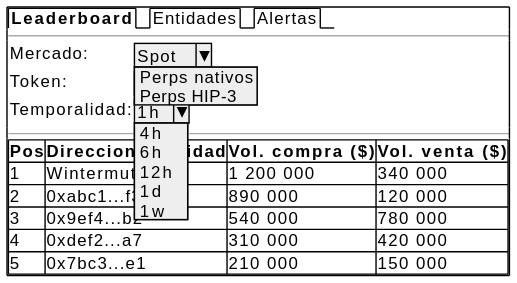
Before: imagenes/capitulo2/prototipo-leaderboard.svg, a diagram exported from PlantUML (nekiiiiis/tfg).
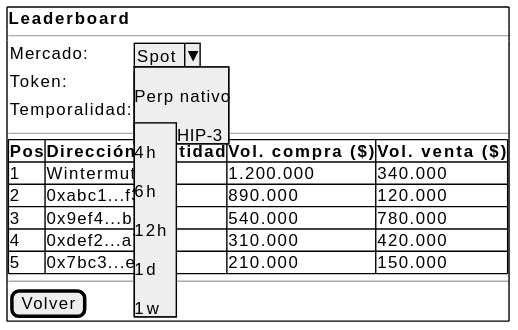
Above is the later version.

Change to the diagram source:
```diff
@@ -1,20 +1,22 @@
 @startsalt
 {+
-  {/ <b>Leaderboard | Entidades | Alertas }
+  <b>Leaderboard
   ---
   {
-    Mercado: | ^Spot ^ Perps nativos ^ Perps HIP-3^
-    Token:   | ^PURR^
-    Temporalidad: | ^1h ^ 4h ^ 6h ^ 12h ^ 1d ^ 1w^
+    Mercado:      | ^Spot^ ^Perp nativo^ ^Perp HIP-3^
+    Token:        | ^PURR^
+    Temporalidad: | ^1h^ ^4h^ ^6h^ ^12h^ ^1d^ ^1w^
   }
   ---
   {#
-    <b>Pos | <b>Direccion / Entidad      | <b>Vol. compra ($) | <b>Vol. venta ($)
-    1   | Wintermute                 | 1 200 000          | 340 000
-    2   | 0xabc1...f3                | 890 000            | 120 000
-    3   | 0x9ef4...b2                | 540 000            | 780 000
-    4   | 0xdef2...a7                | 310 000            | 420 000
-    5   | 0x7bc3...e1                | 210 000            | 150 000
+    <b>Pos | <b>Dirección / Entidad | <b>Vol. compra ($) | <b>Vol. venta ($)
+    1    | Wintermute             | 1.200.000          | 340.000
+    2    | 0xabc1...f3            | 890.000            | 120.000
+    3    | 0x9ef4...b2            | 540.000            | 780.000
+    4    | 0xdef2...a7            | 310.000            | 420.000
+    5    | 0x7bc3...e1            | 210.000            | 150.000
   }
+  ---
+  [Volver]
 }
 @endsalt
```
